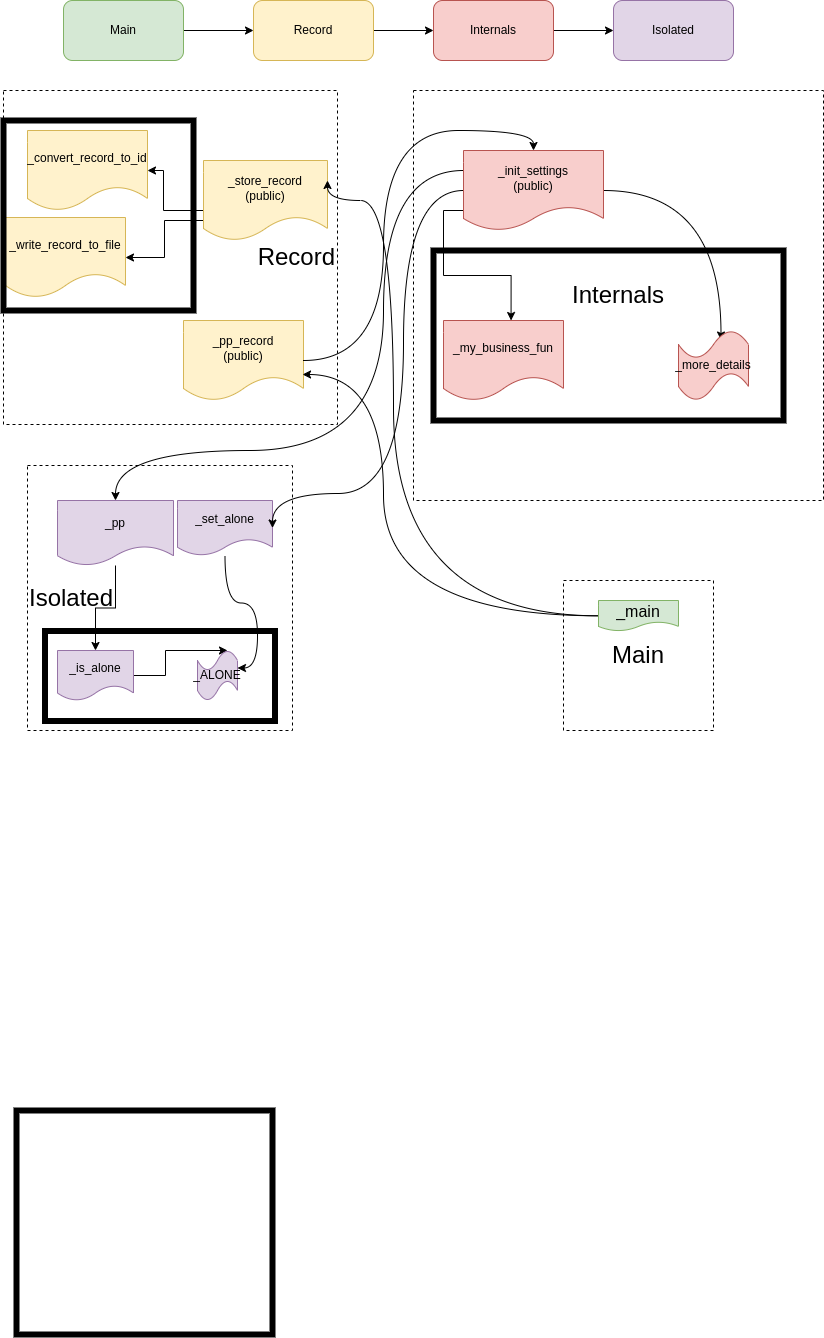
Earlier version of the draw.io export tests/example_project/diagram-possible-goal.png (capablevms/llvm-function-split). Source tidied: cells renumbered, new cells last; positions are measured from the earlier drawing's top-left corner, leaving out a move shared by most shapes. The source it was exported from:
```xml
<mxGraphModel>
  <root>
    <mxCell id="0" />
    <mxCell id="1" parent="0" />
    <mxCell id="2" style="edgeStyle=orthogonalEdgeStyle;rounded=0;jettySize=auto;html=1;exitX=1;exitY=0.5;exitDx=0;exitDy=0;" parent="1" edge="1" source="3" target="5">
      <mxGeometry relative="1" as="geometry" />
    </mxCell>
    <mxCell id="3" value="Main" style="rounded=1;whiteSpace=wrap;html=1;fillColor=#d5e8d4;strokeColor=#82b366;" parent="1" vertex="1">
      <mxGeometry x="60" width="120" height="60" as="geometry" />
    </mxCell>
    <mxCell id="4" style="edgeStyle=orthogonalEdgeStyle;rounded=0;jettySize=auto;html=1;exitX=1;exitY=0.5;exitDx=0;exitDy=0;" parent="1" edge="1" source="5" target="7">
      <mxGeometry relative="1" as="geometry" />
    </mxCell>
    <mxCell id="5" value="Record" style="rounded=1;whiteSpace=wrap;html=1;fillColor=#fff2cc;strokeColor=#d6b656;" parent="1" vertex="1">
      <mxGeometry x="250" width="120" height="60" as="geometry" />
    </mxCell>
    <mxCell id="6" style="edgeStyle=orthogonalEdgeStyle;rounded=0;jettySize=auto;html=1;exitX=1;exitY=0.5;exitDx=0;exitDy=0;entryX=0;entryY=0.5;entryDx=0;entryDy=0;" parent="1" edge="1" source="7" target="8">
      <mxGeometry relative="1" as="geometry" />
    </mxCell>
    <mxCell id="7" value="Internals" style="rounded=1;whiteSpace=wrap;html=1;fillColor=#f8cecc;strokeColor=#b85450;" parent="1" vertex="1">
      <mxGeometry x="430" width="120" height="60" as="geometry" />
    </mxCell>
    <mxCell id="8" value="Isolated" style="rounded=1;whiteSpace=wrap;html=1;fillColor=#e1d5e7;strokeColor=#9673a6;" parent="1" vertex="1">
      <mxGeometry x="610" width="120" height="60" as="geometry" />
    </mxCell>
    <mxCell id="9" value="&lt;font style=&quot;font-size: 24px ; line-height: 1.2&quot;&gt;Record&lt;/font&gt;" style="whiteSpace=wrap;html=1;dashed=1;align=right;" parent="1" vertex="1">
      <mxGeometry y="90" width="334" height="334" as="geometry" />
    </mxCell>
    <mxCell id="10" value="_convert_record_to_id" style="shape=document;whiteSpace=wrap;html=1;boundedLbl=1;fillColor=#fff2cc;strokeColor=#d6b656;" parent="1" vertex="1">
      <mxGeometry x="24" y="130" width="120" height="80" as="geometry" />
    </mxCell>
    <mxCell id="11" value="_pp_record&lt;br&gt;(public)" style="shape=document;whiteSpace=wrap;html=1;boundedLbl=1;fillColor=#fff2cc;strokeColor=#d6b656;" parent="1" vertex="1">
      <mxGeometry x="180" y="320" width="120" height="80" as="geometry" />
    </mxCell>
    <mxCell id="12" style="edgeStyle=orthogonalEdgeStyle;rounded=0;jettySize=auto;html=1;fontSize=24;" parent="1" edge="1" source="14" target="10">
      <mxGeometry relative="1" as="geometry">
        <Array as="points">
          <mxPoint x="160" y="210" />
          <mxPoint x="160" y="170" />
        </Array>
      </mxGeometry>
    </mxCell>
    <mxCell id="13" style="edgeStyle=orthogonalEdgeStyle;rounded=0;jettySize=auto;html=1;exitX=0;exitY=0.75;exitDx=0;exitDy=0;fontSize=24;" parent="1" edge="1" source="14" target="28">
      <mxGeometry relative="1" as="geometry" />
    </mxCell>
    <mxCell id="14" value="_store_record&lt;br&gt;(public)" style="shape=document;whiteSpace=wrap;html=1;boundedLbl=1;fillColor=#fff2cc;strokeColor=#d6b656;" parent="1" vertex="1">
      <mxGeometry x="200" y="160" width="124" height="80" as="geometry" />
    </mxCell>
    <mxCell id="15" value="&lt;font style=&quot;font-size: 24px&quot;&gt;Internals&lt;/font&gt;" style="whiteSpace=wrap;html=1;dashed=1;" parent="1" vertex="1">
      <mxGeometry x="410" y="90" width="410" height="410" as="geometry" />
    </mxCell>
    <mxCell id="16" style="edgeStyle=orthogonalEdgeStyle;rounded=0;jettySize=auto;html=1;exitX=0;exitY=0.75;exitDx=0;exitDy=0;entryX=0.563;entryY=0;entryDx=0;entryDy=0;entryPerimeter=0;" parent="1" edge="1" source="18" target="19">
      <mxGeometry relative="1" as="geometry" />
    </mxCell>
    <mxCell id="17" style="edgeStyle=orthogonalEdgeStyle;curved=1;jettySize=auto;html=1;exitX=1;exitY=0.5;exitDx=0;exitDy=0;entryX=0.607;entryY=0.136;entryDx=0;entryDy=0;entryPerimeter=0;fontSize=16;strokeColor=#000000;" parent="1" edge="1" source="18" target="29">
      <mxGeometry relative="1" as="geometry" />
    </mxCell>
    <mxCell id="18" value="_init_settings&lt;br&gt;(public)" style="shape=document;whiteSpace=wrap;html=1;boundedLbl=1;fillColor=#f8cecc;strokeColor=#b85450;" parent="1" vertex="1">
      <mxGeometry x="460" y="150" width="140" height="80" as="geometry" />
    </mxCell>
    <mxCell id="19" value="_my_business_fun" style="shape=document;whiteSpace=wrap;html=1;boundedLbl=1;fillColor=#f8cecc;strokeColor=#b85450;" parent="1" vertex="1">
      <mxGeometry x="440" y="320" width="120" height="80" as="geometry" />
    </mxCell>
    <mxCell id="20" value="&lt;font style=&quot;font-size: 24px&quot;&gt;Isolated&lt;/font&gt;" style="whiteSpace=wrap;html=1;dashed=1;align=left;" parent="1" vertex="1">
      <mxGeometry x="24" y="465" width="265" height="265" as="geometry" />
    </mxCell>
    <mxCell id="21" style="edgeStyle=orthogonalEdgeStyle;rounded=0;jettySize=auto;html=1;exitX=1;exitY=0.5;exitDx=0;exitDy=0;entryX=0.75;entryY=0;entryDx=0;entryDy=0;entryPerimeter=0;" parent="1" edge="1" source="22" target="27">
      <mxGeometry relative="1" as="geometry">
        <Array as="points">
          <mxPoint x="162" y="675" />
          <mxPoint x="162" y="650" />
        </Array>
      </mxGeometry>
    </mxCell>
    <mxCell id="22" value="_is_alone" style="shape=document;whiteSpace=wrap;html=1;boundedLbl=1;fillColor=#e1d5e7;strokeColor=#9673a6;" parent="1" vertex="1">
      <mxGeometry x="54" y="650" width="76" height="50" as="geometry" />
    </mxCell>
    <mxCell id="23" style="edgeStyle=orthogonalEdgeStyle;curved=1;jettySize=auto;html=1;entryX=1;entryY=0.35;entryDx=0;entryDy=0;entryPerimeter=0;fontSize=16;strokeColor=#000000;" parent="1" edge="1" source="24" target="27">
      <mxGeometry relative="1" as="geometry" />
    </mxCell>
    <mxCell id="24" value="_set_alone" style="shape=document;whiteSpace=wrap;html=1;boundedLbl=1;fillColor=#e1d5e7;strokeColor=#9673a6;" parent="1" vertex="1">
      <mxGeometry x="174" y="500" width="95" height="55" as="geometry" />
    </mxCell>
    <mxCell id="25" style="edgeStyle=orthogonalEdgeStyle;rounded=0;jettySize=auto;html=1;fontSize=24;" parent="1" edge="1" source="26" target="22">
      <mxGeometry relative="1" as="geometry" />
    </mxCell>
    <mxCell id="26" value="_pp" style="shape=document;whiteSpace=wrap;html=1;boundedLbl=1;fillColor=#e1d5e7;strokeColor=#9673a6;" parent="1" vertex="1">
      <mxGeometry x="54" y="500" width="116" height="65" as="geometry" />
    </mxCell>
    <mxCell id="27" value="_ALONE" style="shape=tape;whiteSpace=wrap;html=1;fillColor=#e1d5e7;strokeColor=#9673a6;" parent="1" vertex="1">
      <mxGeometry x="194" y="650" width="40" height="50" as="geometry" />
    </mxCell>
    <mxCell id="28" value="_write_record_to_file" style="shape=document;whiteSpace=wrap;html=1;boundedLbl=1;fillColor=#fff2cc;strokeColor=#d6b656;" parent="1" vertex="1">
      <mxGeometry x="2" y="217" width="120" height="80" as="geometry" />
    </mxCell>
    <mxCell id="29" value="_more_details" style="shape=tape;whiteSpace=wrap;html=1;fillColor=#f8cecc;strokeColor=#b85450;" parent="1" vertex="1">
      <mxGeometry x="675" y="330" width="70" height="70" as="geometry" />
    </mxCell>
    <mxCell id="30" style="edgeStyle=orthogonalEdgeStyle;jettySize=auto;html=1;exitX=1;exitY=0.5;exitDx=0;exitDy=0;entryX=0.5;entryY=0;entryDx=0;entryDy=0;fontSize=24;curved=1;strokeColor=#000000;" parent="1" edge="1" source="11" target="18">
      <mxGeometry relative="1" as="geometry" />
    </mxCell>
    <mxCell id="31" style="rounded=0;whiteSpace=wrap;html=1;fontSize=16;fillColor=none;strokeWidth=6;" parent="1" vertex="1">
      <mxGeometry y="120" width="190" height="190" as="geometry" />
    </mxCell>
    <mxCell id="32" style="rounded=0;whiteSpace=wrap;html=1;fontSize=16;fillColor=none;strokeWidth=6;" parent="1" vertex="1">
      <mxGeometry x="41.5" y="630.5" width="230" height="90" as="geometry" />
    </mxCell>
    <mxCell id="33" style="edgeStyle=orthogonalEdgeStyle;curved=1;jettySize=auto;html=1;entryX=1;entryY=0.5;entryDx=0;entryDy=0;fontSize=24;strokeColor=#000000;" parent="1" edge="1" source="18" target="24">
      <mxGeometry relative="1" as="geometry">
        <Array as="points">
          <mxPoint x="400" y="190" />
          <mxPoint x="400" y="493" />
        </Array>
      </mxGeometry>
    </mxCell>
    <mxCell id="34" style="rounded=0;whiteSpace=wrap;html=1;fontSize=16;fillColor=none;strokeWidth=6;" parent="1" vertex="1">
      <mxGeometry x="13" y="1110" width="256" height="224" as="geometry" />
    </mxCell>
    <mxCell id="35" value="&lt;font style=&quot;font-size: 24px&quot;&gt;Main&lt;/font&gt;" style="whiteSpace=wrap;html=1;dashed=1;" parent="1" vertex="1">
      <mxGeometry x="560" y="580" width="150" height="150" as="geometry" />
    </mxCell>
    <mxCell id="36" style="edgeStyle=orthogonalEdgeStyle;curved=1;jettySize=auto;html=1;entryX=0.992;entryY=0.675;entryDx=0;entryDy=0;entryPerimeter=0;fontSize=16;strokeColor=#000000;" parent="1" edge="1" source="38" target="11">
      <mxGeometry relative="1" as="geometry">
        <Array as="points">
          <mxPoint x="380" y="615" />
          <mxPoint x="380" y="374" />
        </Array>
      </mxGeometry>
    </mxCell>
    <mxCell id="37" style="edgeStyle=orthogonalEdgeStyle;curved=1;jettySize=auto;html=1;entryX=1;entryY=0.25;entryDx=0;entryDy=0;fontSize=16;strokeColor=#000000;" parent="1" edge="1" source="38" target="14">
      <mxGeometry relative="1" as="geometry">
        <Array as="points">
          <mxPoint x="390" y="615" />
          <mxPoint x="390" y="200" />
          <mxPoint x="324" y="200" />
        </Array>
      </mxGeometry>
    </mxCell>
    <mxCell id="38" value="_main" style="shape=document;whiteSpace=wrap;html=1;boundedLbl=1;fontSize=16;strokeWidth=1;fillColor=#d5e8d4;strokeColor=#82b366;" parent="1" vertex="1">
      <mxGeometry x="595" y="600" width="80" height="30.5" as="geometry" />
    </mxCell>
    <mxCell id="39" style="edgeStyle=orthogonalEdgeStyle;curved=1;jettySize=auto;html=1;fontSize=16;strokeColor=#000000;exitX=0;exitY=0.25;exitDx=0;exitDy=0;" parent="1" edge="1" source="18" target="26">
      <mxGeometry relative="1" as="geometry">
        <Array as="points">
          <mxPoint x="380" y="170" />
          <mxPoint x="380" y="450" />
          <mxPoint x="112" y="450" />
        </Array>
      </mxGeometry>
    </mxCell>
    <mxCell id="40" style="rounded=0;whiteSpace=wrap;html=1;fontSize=16;fillColor=none;strokeWidth=6;" parent="1" vertex="1">
      <mxGeometry x="430" y="250" width="350" height="170" as="geometry" />
    </mxCell>
  </root>
</mxGraphModel>
```
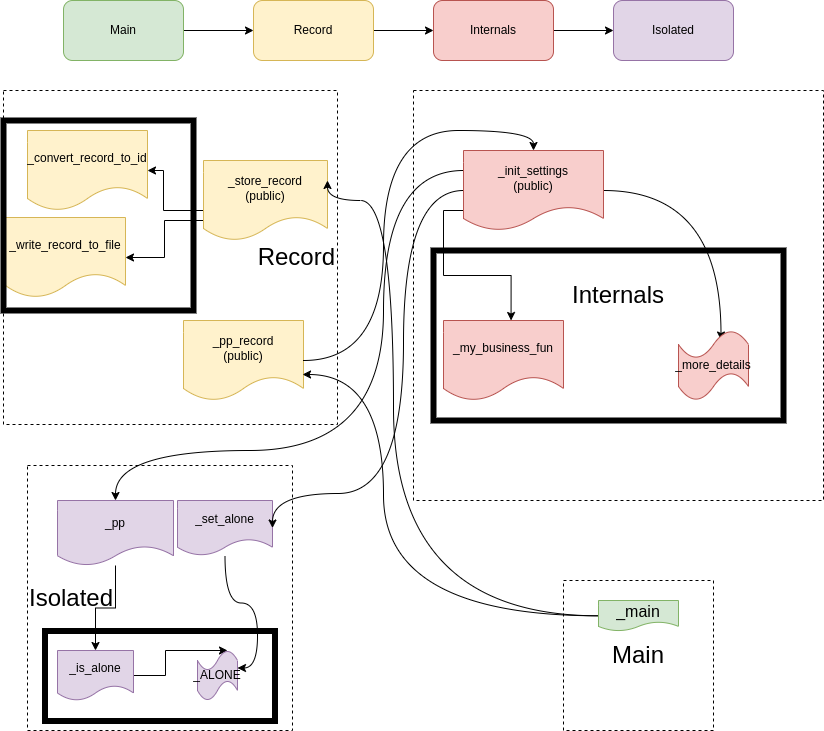
The same diagram one commit later.

Commit message:
Fix wrong export

The edit, as a diff of the source:
```diff
@@ -113,9 +113,6 @@
         </Array>
       </mxGeometry>
     </mxCell>
-    <mxCell id="34" style="rounded=0;whiteSpace=wrap;html=1;fontSize=16;fillColor=none;strokeWidth=6;" parent="1" vertex="1">
-      <mxGeometry x="13" y="1110" width="256" height="224" as="geometry" />
-    </mxCell>
     <mxCell id="35" value="&lt;font style=&quot;font-size: 24px&quot;&gt;Main&lt;/font&gt;" style="whiteSpace=wrap;html=1;dashed=1;" parent="1" vertex="1">
       <mxGeometry x="560" y="580" width="150" height="150" as="geometry" />
     </mxCell>
```
